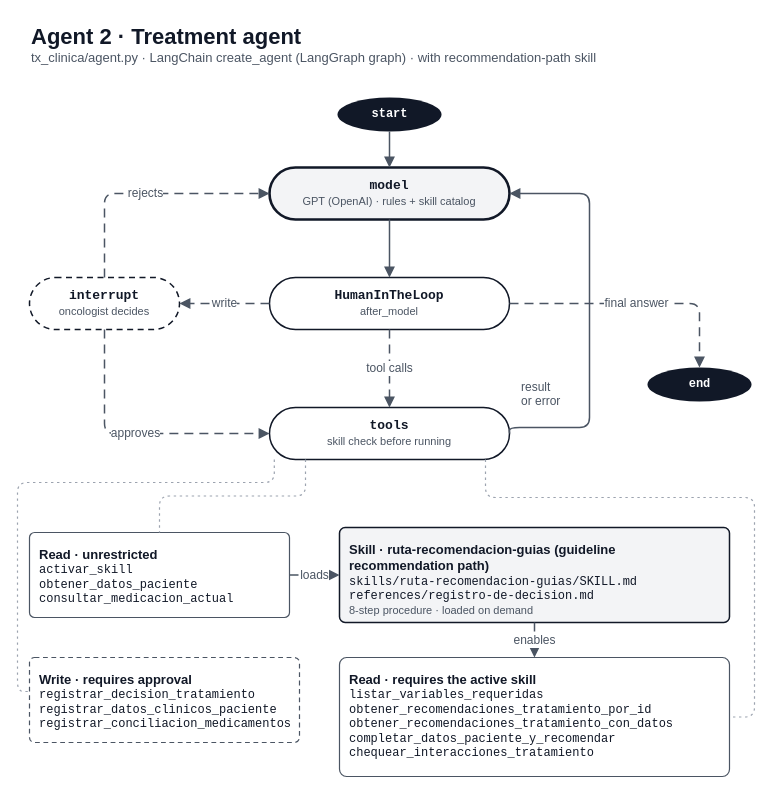
This is docs/diagramas/agente_2_tratamiento.drawio from Paulina0209/Proyecto_4, a draw.io file, before an edit. Source tidied: cells renumbered, new cells numbered last; positions are measured from the earlier drawing's top-left corner, leaving out a move shared by most shapes. Both pictures are drawn from the tidied source at 100%, with x=0, y=0 at pixel (17, 17).
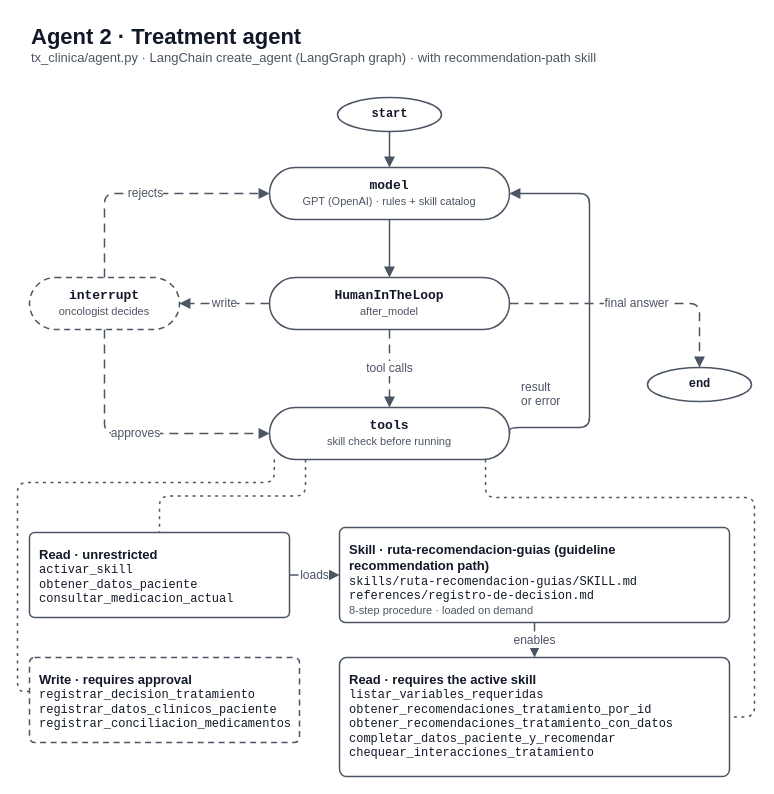
The same diagram, later.

Diff of the diagram source:
```diff
@@
-    <mxCell id="3" value="&lt;b&gt;start&lt;/b&gt;" style="ellipse;shape=ellipse;perimeter=ellipsePerimeter;html=1;fillColor=#111827;strokeColor=none;fontColor=#FFFFFF;fontSize=12;fontFamily=Courier New;" parent="1" vertex="1">
+    <mxCell id="3" value="&lt;b&gt;start&lt;/b&gt;" style="ellipse;shape=ellipse;perimeter=ellipsePerimeter;html=1;fillColor=#FFFFFF;strokeColor=#4B5563;fontColor=#111827;fontSize=12;fontFamily=Courier New;strokeWidth=1.5;" parent="1" vertex="1">
       <mxGeometry x="320" y="80" width="104" height="34" as="geometry" />
     </mxCell>
-    <mxCell id="4" value="&lt;b&gt;model&lt;/b&gt;&lt;br&gt;&lt;font style=&quot;font-size:11px&quot; face=&quot;Helvetica&quot; color=&quot;#4B5563&quot;&gt;GPT (OpenAI) · rules + skill catalog&lt;/font&gt;" style="rounded=1;arcSize=50;html=1;whiteSpace=wrap;fillColor=#F3F4F6;strokeColor=#111827;strokeWidth=2.6;fontSize=13;fontColor=#111827;fontFamily=Courier New;" parent="1" vertex="1">
+    <mxCell id="4" value="&lt;b&gt;model&lt;/b&gt;&lt;br&gt;&lt;font style=&quot;font-size:11px&quot; face=&quot;Helvetica&quot; color=&quot;#4B5563&quot;&gt;GPT (OpenAI) · rules + skill catalog&lt;/font&gt;" style="rounded=1;arcSize=50;html=1;whiteSpace=wrap;fillColor=#FFFFFF;strokeColor=#4B5563;strokeWidth=1.5;fontSize=13;fontColor=#111827;fontFamily=Courier New;" parent="1" vertex="1">
       <mxGeometry x="252" y="150" width="240" height="52" as="geometry" />
     </mxCell>
-    <mxCell id="5" value="&lt;b&gt;HumanInTheLoop&lt;/b&gt;&lt;br&gt;&lt;font style=&quot;font-size:11px&quot; face=&quot;Helvetica&quot; color=&quot;#4B5563&quot;&gt;after_model&lt;/font&gt;" style="rounded=1;arcSize=50;html=1;whiteSpace=wrap;fillColor=#FFFFFF;strokeColor=#111827;strokeWidth=1.5;fontSize=13;fontColor=#111827;fontFamily=Courier New;" parent="1" vertex="1">
+    <mxCell id="5" value="&lt;b&gt;HumanInTheLoop&lt;/b&gt;&lt;br&gt;&lt;font style=&quot;font-size:11px&quot; face=&quot;Helvetica&quot; color=&quot;#4B5563&quot;&gt;after_model&lt;/font&gt;" style="rounded=1;arcSize=50;html=1;whiteSpace=wrap;fillColor=#FFFFFF;strokeColor=#4B5563;strokeWidth=1.5;fontSize=13;fontColor=#111827;fontFamily=Courier New;" parent="1" vertex="1">
       <mxGeometry x="252" y="260" width="240" height="52" as="geometry" />
     </mxCell>
-    <mxCell id="6" value="&lt;b&gt;interrupt&lt;/b&gt;&lt;br&gt;&lt;font style=&quot;font-size:11px&quot; face=&quot;Helvetica&quot; color=&quot;#4B5563&quot;&gt;oncologist decides&lt;/font&gt;" style="rounded=1;arcSize=50;html=1;whiteSpace=wrap;fillColor=#FFFFFF;strokeColor=#111827;strokeWidth=1.5;dashed=1;dashPattern=4 3;fontSize=13;fontColor=#111827;fontFamily=Courier New;" parent="1" vertex="1">
+    <mxCell id="6" value="&lt;b&gt;interrupt&lt;/b&gt;&lt;br&gt;&lt;font style=&quot;font-size:11px&quot; face=&quot;Helvetica&quot; color=&quot;#4B5563&quot;&gt;oncologist decides&lt;/font&gt;" style="rounded=1;arcSize=50;html=1;whiteSpace=wrap;fillColor=#FFFFFF;strokeColor=#4B5563;strokeWidth=1.5;dashed=1;dashPattern=4 3;fontSize=13;fontColor=#111827;fontFamily=Courier New;" parent="1" vertex="1">
       <mxGeometry x="12" y="260" width="150" height="52" as="geometry" />
     </mxCell>
-    <mxCell id="7" value="&lt;b&gt;end&lt;/b&gt;" style="ellipse;shape=ellipse;perimeter=ellipsePerimeter;html=1;fillColor=#111827;strokeColor=none;fontColor=#FFFFFF;fontSize=12;fontFamily=Courier New;" parent="1" vertex="1">
+    <mxCell id="7" value="&lt;b&gt;end&lt;/b&gt;" style="ellipse;shape=ellipse;perimeter=ellipsePerimeter;html=1;fillColor=#FFFFFF;strokeColor=#4B5563;fontColor=#111827;fontSize=12;fontFamily=Courier New;strokeWidth=1.5;" parent="1" vertex="1">
       <mxGeometry x="630" y="350" width="104" height="34" as="geometry" />
     </mxCell>
-    <mxCell id="8" value="&lt;b&gt;tools&lt;/b&gt;&lt;br&gt;&lt;font style=&quot;font-size:11px&quot; face=&quot;Helvetica&quot; color=&quot;#4B5563&quot;&gt;skill check before running&lt;/font&gt;" style="rounded=1;arcSize=50;html=1;whiteSpace=wrap;fillColor=#FFFFFF;strokeColor=#111827;strokeWidth=1.5;fontSize=13;fontColor=#111827;fontFamily=Courier New;" parent="1" vertex="1">
+    <mxCell id="8" value="&lt;b&gt;tools&lt;/b&gt;&lt;br&gt;&lt;font style=&quot;font-size:11px&quot; face=&quot;Helvetica&quot; color=&quot;#4B5563&quot;&gt;skill check before running&lt;/font&gt;" style="rounded=1;arcSize=50;html=1;whiteSpace=wrap;fillColor=#FFFFFF;strokeColor=#4B5563;strokeWidth=1.5;fontSize=13;fontColor=#111827;fontFamily=Courier New;" parent="1" vertex="1">
       <mxGeometry x="252" y="390" width="240" height="52" as="geometry" />
     </mxCell>
@@
-    <mxCell id="18" value="&lt;b style=&quot;font-family:Helvetica;font-size:13px&quot;&gt;Read · unrestricted&lt;/b&gt;&lt;br&gt;activar_skill&lt;br&gt;obtener_datos_paciente&lt;br&gt;consultar_medicacion_actual" style="rounded=1;arcSize=6;html=1;whiteSpace=wrap;fillColor=#FFFFFF;strokeColor=#4B5563;strokeWidth=1.2;align=left;verticalAlign=top;spacing=10;fontColor=#111827;fontSize=12;fontFamily=Courier New;" parent="1" vertex="1">
+    <mxCell id="18" value="&lt;b style=&quot;font-family:Helvetica;font-size:13px&quot;&gt;Read · unrestricted&lt;/b&gt;&lt;br&gt;activar_skill&lt;br&gt;obtener_datos_paciente&lt;br&gt;consultar_medicacion_actual" style="rounded=1;arcSize=6;html=1;whiteSpace=wrap;fillColor=#FFFFFF;strokeColor=#4B5563;strokeWidth=1.5;align=left;verticalAlign=top;spacing=10;fontColor=#111827;fontSize=12;fontFamily=Courier New;" parent="1" vertex="1">
       <mxGeometry x="12" y="515" width="260" height="85" as="geometry" />
     </mxCell>
-    <mxCell id="19" value="&lt;b style=&quot;font-family:Helvetica;font-size:13px&quot;&gt;Read · requires the active skill&lt;/b&gt;&lt;br&gt;listar_variables_requeridas&lt;br&gt;obtener_recomendaciones_tratamiento_por_id&lt;br&gt;obtener_recomendaciones_tratamiento_con_datos&lt;br&gt;completar_datos_paciente_y_recomendar&lt;br&gt;chequear_interacciones_tratamiento" style="rounded=1;arcSize=6;html=1;whiteSpace=wrap;fillColor=#FFFFFF;strokeColor=#4B5563;strokeWidth=1.2;align=left;verticalAlign=top;spacing=10;fontColor=#111827;fontSize=12;fontFamily=Courier New;" parent="1" vertex="1">
+    <mxCell id="19" value="&lt;b style=&quot;font-family:Helvetica;font-size:13px&quot;&gt;Read · requires the active skill&lt;/b&gt;&lt;br&gt;listar_variables_requeridas&lt;br&gt;obtener_recomendaciones_tratamiento_por_id&lt;br&gt;obtener_recomendaciones_tratamiento_con_datos&lt;br&gt;completar_datos_paciente_y_recomendar&lt;br&gt;chequear_interacciones_tratamiento" style="rounded=1;arcSize=6;html=1;whiteSpace=wrap;fillColor=#FFFFFF;strokeColor=#4B5563;strokeWidth=1.5;align=left;verticalAlign=top;spacing=10;fontColor=#111827;fontSize=12;fontFamily=Courier New;" parent="1" vertex="1">
       <mxGeometry x="322" y="640" width="390" height="119" as="geometry" />
     </mxCell>
-    <mxCell id="20" value="&lt;b style=&quot;font-family:Helvetica;font-size:13px&quot;&gt;Write · requires approval&lt;/b&gt;&lt;br&gt;registrar_decision_tratamiento&lt;br&gt;registrar_datos_clinicos_paciente&lt;br&gt;registrar_conciliacion_medicamentos" style="rounded=1;arcSize=6;html=1;whiteSpace=wrap;fillColor=#FFFFFF;strokeColor=#4B5563;strokeWidth=1.2;align=left;verticalAlign=top;spacing=10;fontColor=#111827;fontSize=12;fontFamily=Courier New;dashed=1;dashPattern=4 3;" parent="1" vertex="1">
+    <mxCell id="20" value="&lt;b style=&quot;font-family:Helvetica;font-size:13px&quot;&gt;Write · requires approval&lt;/b&gt;&lt;br&gt;registrar_decision_tratamiento&lt;br&gt;registrar_datos_clinicos_paciente&lt;br&gt;registrar_conciliacion_medicamentos" style="rounded=1;arcSize=6;html=1;whiteSpace=wrap;fillColor=#FFFFFF;strokeColor=#4B5563;strokeWidth=1.5;align=left;verticalAlign=top;spacing=10;fontColor=#111827;fontSize=12;fontFamily=Courier New;dashed=1;dashPattern=4 3;" parent="1" vertex="1">
       <mxGeometry x="12" y="640" width="270" height="85" as="geometry" />
     </mxCell>
-    <mxCell id="21" value="&lt;b style=&quot;font-family:Helvetica;font-size:13px&quot;&gt;Skill · ruta-recomendacion-guias (guideline recommendation path)&lt;/b&gt;&lt;br&gt;skills/ruta-recomendacion-guias/SKILL.md&lt;br&gt;references/registro-de-decision.md&lt;br&gt;&lt;font face=&quot;Helvetica&quot; style=&quot;font-size:11px&quot; color=&quot;#4B5563&quot;&gt;8-step procedure · loaded on demand&lt;/font&gt;" style="rounded=1;arcSize=6;html=1;whiteSpace=wrap;fillColor=#F3F4F6;strokeColor=#111827;strokeWidth=1.5;align=left;verticalAlign=top;spacing=10;fontColor=#111827;fontSize=12;fontFamily=Courier New;" parent="1" vertex="1">
+    <mxCell id="21" value="&lt;b style=&quot;font-family:Helvetica;font-size:13px&quot;&gt;Skill · ruta-recomendacion-guias (guideline recommendation path)&lt;/b&gt;&lt;br&gt;skills/ruta-recomendacion-guias/SKILL.md&lt;br&gt;references/registro-de-decision.md&lt;br&gt;&lt;font face=&quot;Helvetica&quot; style=&quot;font-size:11px&quot; color=&quot;#4B5563&quot;&gt;8-step procedure · loaded on demand&lt;/font&gt;" style="rounded=1;arcSize=6;html=1;whiteSpace=wrap;fillColor=#FFFFFF;strokeColor=#4B5563;strokeWidth=1.5;align=left;verticalAlign=top;spacing=10;fontColor=#111827;fontSize=12;fontFamily=Courier New;" parent="1" vertex="1">
       <mxGeometry x="322" y="510" width="390" height="95" as="geometry" />
     </mxCell>
-    <mxCell id="22" style="edgeStyle=orthogonalEdgeStyle;rounded=1;html=1;strokeColor=#9CA3AF;strokeWidth=1.2;endArrow=none;dashed=1;dashPattern=2 3;exitX=0.15;exitY=1;entryX=0.5;entryY=0;" parent="1" edge="1" source="8" target="18">
+    <mxCell id="22" style="edgeStyle=orthogonalEdgeStyle;rounded=1;html=1;strokeColor=#4B5563;strokeWidth=1.5;endArrow=none;dashed=1;dashPattern=2 3;exitX=0.15;exitY=1;entryX=0.5;entryY=0;" parent="1" edge="1" source="8" target="18">
       <mxGeometry relative="1" as="geometry" />
     </mxCell>
-    <mxCell id="23" style="edgeStyle=orthogonalEdgeStyle;rounded=1;html=1;strokeColor=#9CA3AF;strokeWidth=1.2;endArrow=none;dashed=1;dashPattern=2 3;exitX=0.9;exitY=1;entryX=1;entryY=0.5;" parent="1" edge="1" source="8" target="19">
+    <mxCell id="23" style="edgeStyle=orthogonalEdgeStyle;rounded=1;html=1;strokeColor=#4B5563;strokeWidth=1.5;endArrow=none;dashed=1;dashPattern=2 3;exitX=0.9;exitY=1;entryX=1;entryY=0.5;" parent="1" edge="1" source="8" target="19">
       <mxGeometry relative="1" as="geometry">
         <Array as="points">
           <mxPoint x="468" y="480" />
           <mxPoint x="737" y="480" />
           <mxPoint x="737" y="699" />
         </Array>
       </mxGeometry>
     </mxCell>
-    <mxCell id="24" style="edgeStyle=orthogonalEdgeStyle;rounded=1;html=1;strokeColor=#9CA3AF;strokeWidth=1.2;endArrow=none;dashed=1;dashPattern=2 3;exitX=0.02;exitY=1;entryX=0;entryY=0.4;" parent="1" edge="1" source="8" target="20">
+    <mxCell id="24" style="edgeStyle=orthogonalEdgeStyle;rounded=1;html=1;strokeColor=#4B5563;strokeWidth=1.5;endArrow=none;dashed=1;dashPattern=2 3;exitX=0.02;exitY=1;entryX=0;entryY=0.4;" parent="1" edge="1" source="8" target="20">
       <mxGeometry relative="1" as="geometry">
         <Array as="points">
           <mxPoint x="257" y="465" />
           <mxPoint y="465" />
           <mxPoint y="674" />
         </Array>
       </mxGeometry>
     </mxCell>
```
